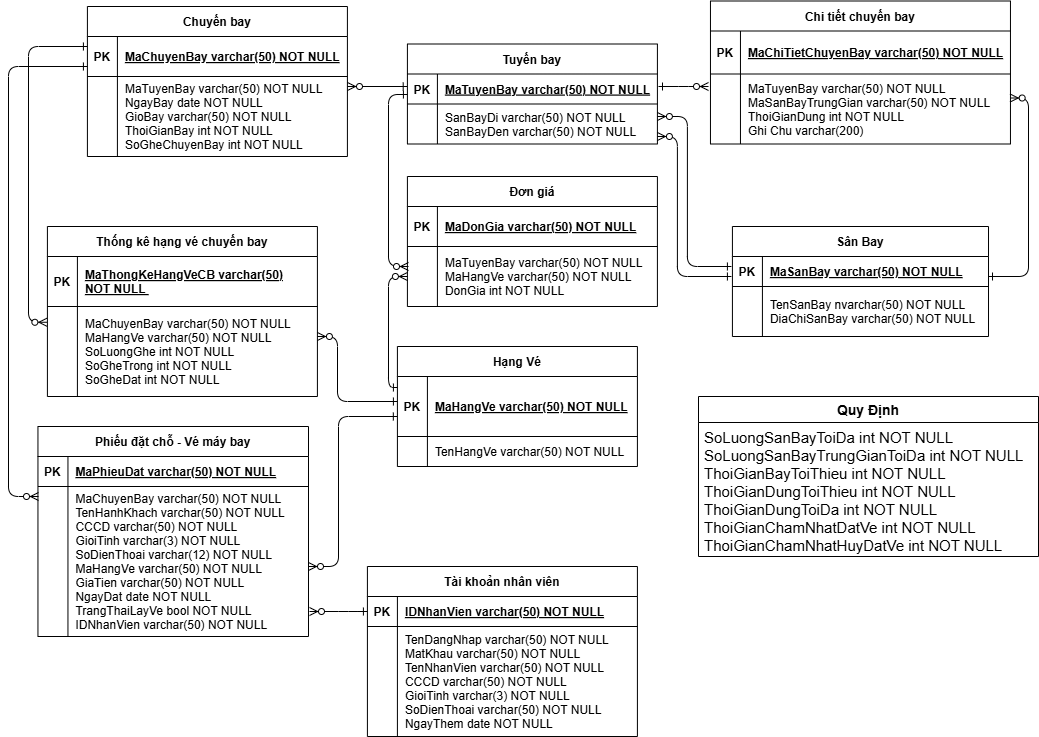
Before: database_postgresql/ERD_Database.png, a diagram exported from draw.io (Intro-SE/plane-be). Source tidied: cells renumbered, new cells last; positions are measured from the earlier drawing's top-left corner, leaving out a move shared by most shapes.
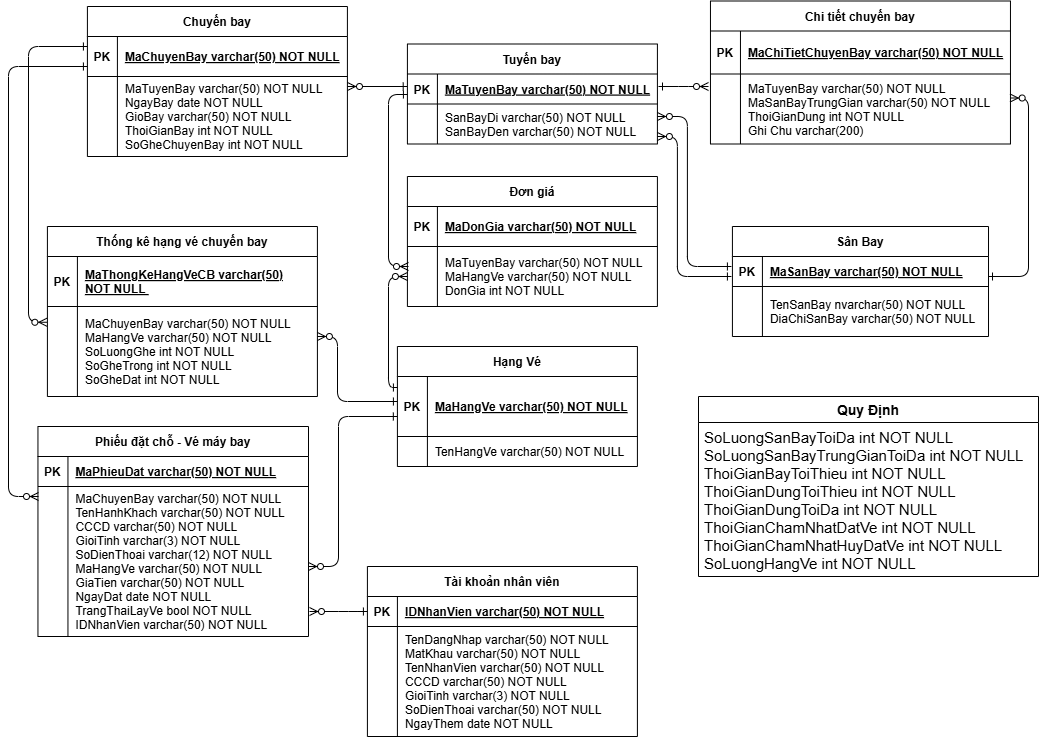
Above is the later version.

Diff of the diagram source:
```diff
@@ -199,10 +199,10 @@
       <mxGeometry x="30" width="240.6" height="150" as="geometry" />
     </mxCell>
     <mxCell id="61" value="Quy Định" style="swimlane;fontStyle=1;horizontal=1;startSize=26;align=center;fontSize=14;" parent="1" vertex="1">
-      <mxGeometry x="690" y="396" width="340" height="160" as="geometry" />
+      <mxGeometry x="690" y="396" width="340" height="180" as="geometry" />
     </mxCell>
-    <mxCell id="62" value="&lt;font style=&quot;font-size: 15px;&quot;&gt;SoLuongSanBayToiDa int NOT NULL&lt;/font&gt;&lt;div&gt;&lt;font style=&quot;font-size: 15px;&quot;&gt;SoLuongSanBayTrungGianToiDa int NOT NULL&lt;/font&gt;&lt;/div&gt;&lt;div&gt;&lt;font style=&quot;font-size: 15px;&quot;&gt;ThoiGianBayToiThieu int NOT NULL&lt;/font&gt;&lt;/div&gt;&lt;div&gt;&lt;font style=&quot;font-size: 15px;&quot;&gt;ThoiGianDungToiThieu int NOT NULL&lt;/font&gt;&lt;/div&gt;&lt;div&gt;&lt;font style=&quot;font-size: 15px;&quot;&gt;ThoiGianDungToiDa int NOT NULL&lt;/font&gt;&lt;/div&gt;&lt;div&gt;&lt;font style=&quot;font-size: 15px;&quot;&gt;ThoiGianChamNhatDatVe int NOT NULL&lt;/font&gt;&lt;/div&gt;&lt;div&gt;&lt;font style=&quot;font-size: 15px;&quot;&gt;ThoiGianChamNhatHuyDatVe int NOT NULL&lt;/font&gt;&lt;/div&gt;" style="text;strokeColor=none;fillColor=none;spacingLeft=4;spacingRight=4;overflow=hidden;fontSize=12;whiteSpace=wrap;html=1;" parent="61" vertex="1">
-      <mxGeometry y="26" width="340" height="134" as="geometry" />
+    <mxCell id="62" value="&lt;font style=&quot;font-size: 15px;&quot;&gt;SoLuongSanBayToiDa int NOT NULL&lt;/font&gt;&lt;div&gt;&lt;font style=&quot;font-size: 15px;&quot;&gt;SoLuongSanBayTrungGianToiDa int NOT NULL&lt;/font&gt;&lt;/div&gt;&lt;div&gt;&lt;font style=&quot;font-size: 15px;&quot;&gt;ThoiGianBayToiThieu int NOT NULL&lt;/font&gt;&lt;/div&gt;&lt;div&gt;&lt;font style=&quot;font-size: 15px;&quot;&gt;ThoiGianDungToiThieu int NOT NULL&lt;/font&gt;&lt;/div&gt;&lt;div&gt;&lt;font style=&quot;font-size: 15px;&quot;&gt;ThoiGianDungToiDa int NOT NULL&lt;/font&gt;&lt;/div&gt;&lt;div&gt;&lt;font style=&quot;font-size: 15px;&quot;&gt;ThoiGianChamNhatDatVe int NOT NULL&lt;/font&gt;&lt;/div&gt;&lt;div&gt;&lt;font style=&quot;font-size: 15px;&quot;&gt;ThoiGianChamNhatHuyDatVe int NOT NULL&lt;/font&gt;&lt;/div&gt;&lt;div&gt;&lt;span style=&quot;font-size: 15px;&quot;&gt;SoLuongHangVe int NOT NULL&lt;/span&gt;&lt;/div&gt;" style="text;strokeColor=none;fillColor=none;spacingLeft=4;spacingRight=4;overflow=hidden;fontSize=12;whiteSpace=wrap;html=1;" parent="61" vertex="1">
+      <mxGeometry y="26" width="340" height="154" as="geometry" />
     </mxCell>
     <mxCell id="63" style="edgeStyle=orthogonalEdgeStyle;endArrow=ERzeroToMany;startArrow=ERone;endFill=1;startFill=0;" parent="1" edge="1">
       <mxGeometry relative="1" as="geometry">
```
